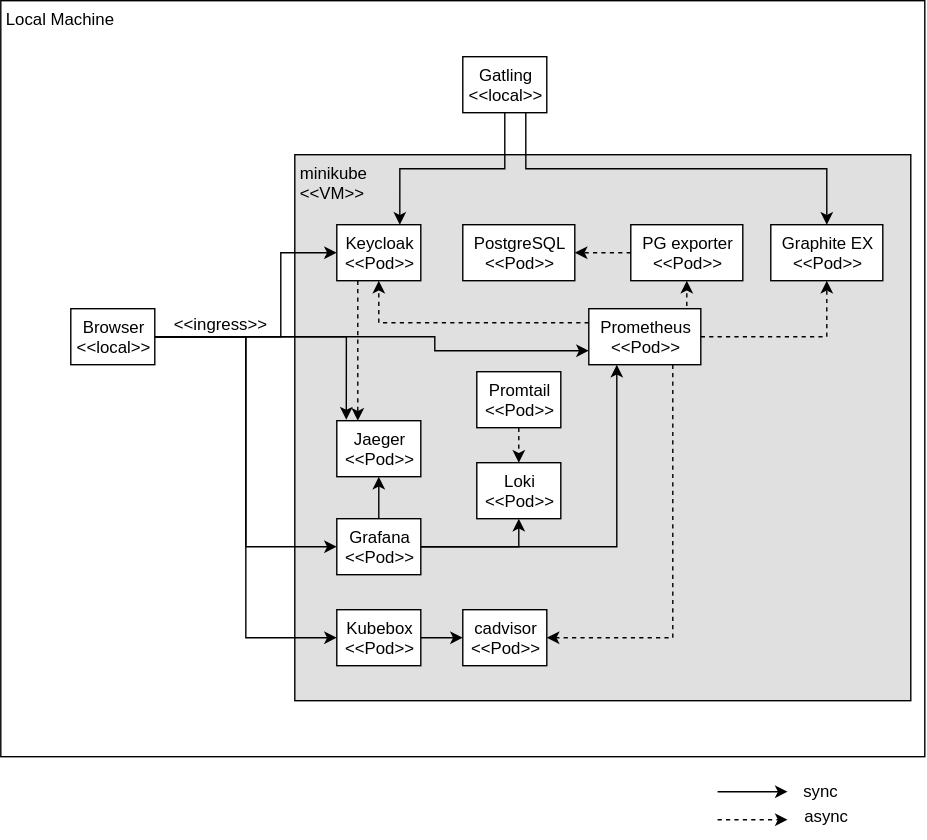
keycloak/keycloak-benchmark keeps this draw.io diagram as provision/minikube/minikube-runtime-view.dio.svg. Above is the earlier version. Source tidied: cells renumbered, new cells last; positions are measured from the earlier drawing's top-left corner, leaving out a move shared by most shapes.
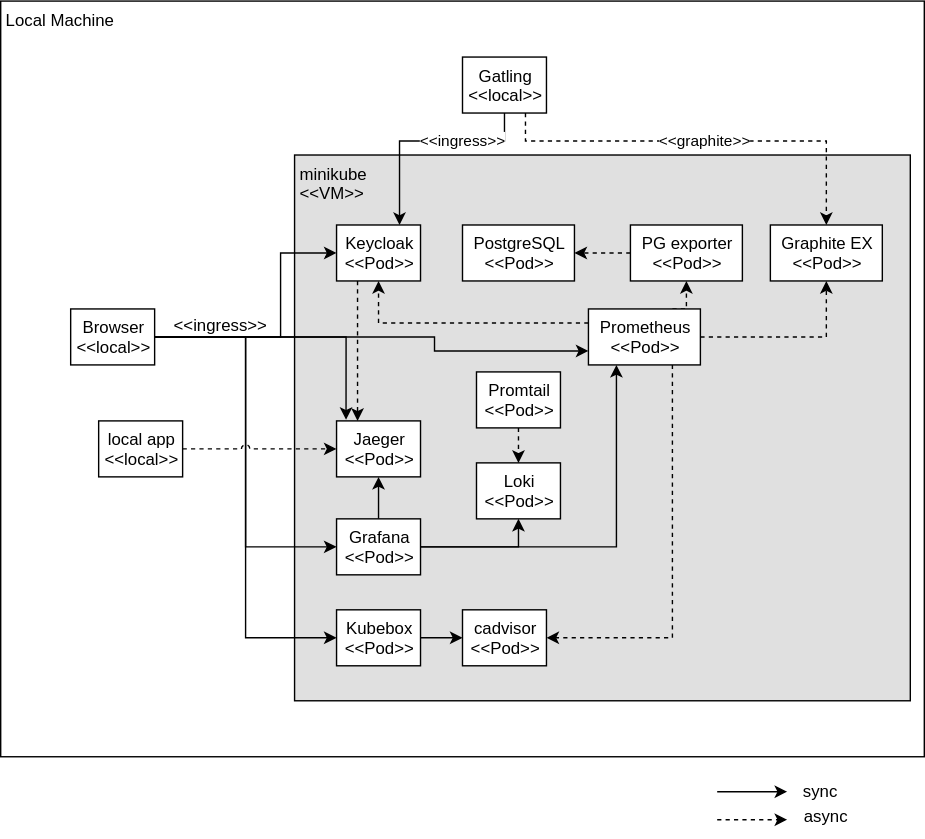
Above is the later version.

Commit message:
extending Jaeger setup with a Node port so that it is reachable from the local deveoper's machine for testing

The edit, as a diff of the source:
```diff
@@ -38,8 +38,13 @@
     <mxCell id="13" value="cadvisor&lt;br&gt;&amp;lt;&amp;lt;Pod&amp;gt;&amp;gt;" style="rounded=0;whiteSpace=wrap;html=1;align=center;verticalAlign=top;spacing=2;spacingLeft=2;" parent="1" vertex="1">
       <mxGeometry x="330" y="435" width="60" height="40" as="geometry" />
     </mxCell>
-    <mxCell id="14" style="edgeStyle=orthogonalEdgeStyle;rounded=0;jettySize=auto;html=1;entryX=0.75;entryY=0;entryDx=0;entryDy=0;exitX=0.5;exitY=1;exitDx=0;exitDy=0;" parent="1" edge="1" source="37" target="15">
-      <mxGeometry relative="1" as="geometry" />
+    <mxCell id="14" value="&amp;lt;&amp;lt;ingress&amp;gt;&amp;gt;" style="edgeStyle=orthogonalEdgeStyle;rounded=0;jettySize=auto;html=1;entryX=0.75;entryY=0;entryDx=0;entryDy=0;exitX=0.5;exitY=1;exitDx=0;exitDy=0;" parent="1" edge="1" source="37" target="15">
+      <mxGeometry x="-0.35" relative="1" as="geometry">
+        <Array as="points">
+          <mxPoint x="360" y="100" />
+          <mxPoint x="285" y="100" />
+        </Array>
+      </mxGeometry>
     </mxCell>
     <mxCell id="15" value="Keycloak&lt;br&gt;&amp;lt;&amp;lt;Pod&amp;gt;&amp;gt;" style="rounded=0;whiteSpace=wrap;html=1;align=center;verticalAlign=top;spacing=2;spacingLeft=2;" parent="1" vertex="1">
       <mxGeometry x="240" y="160" width="60" height="40" as="geometry" />
@@ -129,11 +134,24 @@
     <mxCell id="38" value="Graphite EX &amp;lt;&amp;lt;Pod&amp;gt;&amp;gt;" style="rounded=0;whiteSpace=wrap;html=1;align=center;verticalAlign=top;spacing=2;spacingLeft=2;" parent="1" vertex="1">
       <mxGeometry x="550" y="160" width="80" height="40" as="geometry" />
     </mxCell>
-    <mxCell id="39" style="edgeStyle=orthogonalEdgeStyle;rounded=0;jettySize=auto;html=1;entryX=0.5;entryY=0;entryDx=0;entryDy=0;exitX=0.75;exitY=1;exitDx=0;exitDy=0;" parent="1" edge="1" source="37" target="38">
-      <mxGeometry relative="1" as="geometry" />
+    <mxCell id="39" value="&amp;lt;&amp;lt;graphite&amp;gt;&amp;gt;" style="edgeStyle=orthogonalEdgeStyle;rounded=0;jettySize=auto;html=1;entryX=0.5;entryY=0;entryDx=0;entryDy=0;exitX=0.75;exitY=1;exitDx=0;exitDy=0;dashed=1;" parent="1" edge="1" source="37" target="38">
+      <mxGeometry relative="1" as="geometry">
+        <Array as="points">
+          <mxPoint x="375" y="100" />
+          <mxPoint x="590" y="100" />
+        </Array>
+      </mxGeometry>
     </mxCell>
     <mxCell id="40" style="edgeStyle=orthogonalEdgeStyle;rounded=0;jettySize=auto;html=1;entryX=0.5;entryY=1;entryDx=0;entryDy=0;dashed=1;exitX=1;exitY=0.5;exitDx=0;exitDy=0;" parent="1" edge="1" source="6" target="38">
       <mxGeometry relative="1" as="geometry" />
     </mxCell>
+    <mxCell id="41" style="edgeStyle=orthogonalEdgeStyle;rounded=0;jettySize=auto;html=1;entryX=0;entryY=0.5;entryDx=0;entryDy=0;sketch=0;jumpStyle=arc;dashed=1;" parent="1" edge="1" target="10">
+      <mxGeometry relative="1" as="geometry">
+        <mxPoint x="130" y="320" as="sourcePoint" />
+      </mxGeometry>
+    </mxCell>
+    <mxCell id="42" value="local app&lt;br&gt;&amp;lt;&amp;lt;local&amp;gt;&amp;gt;" style="rounded=0;whiteSpace=wrap;html=1;align=center;verticalAlign=top;spacing=2;spacingLeft=2;" parent="1" vertex="1">
+      <mxGeometry x="70" y="300" width="60" height="40" as="geometry" />
+    </mxCell>
   </root>
 </mxGraphModel>
```
